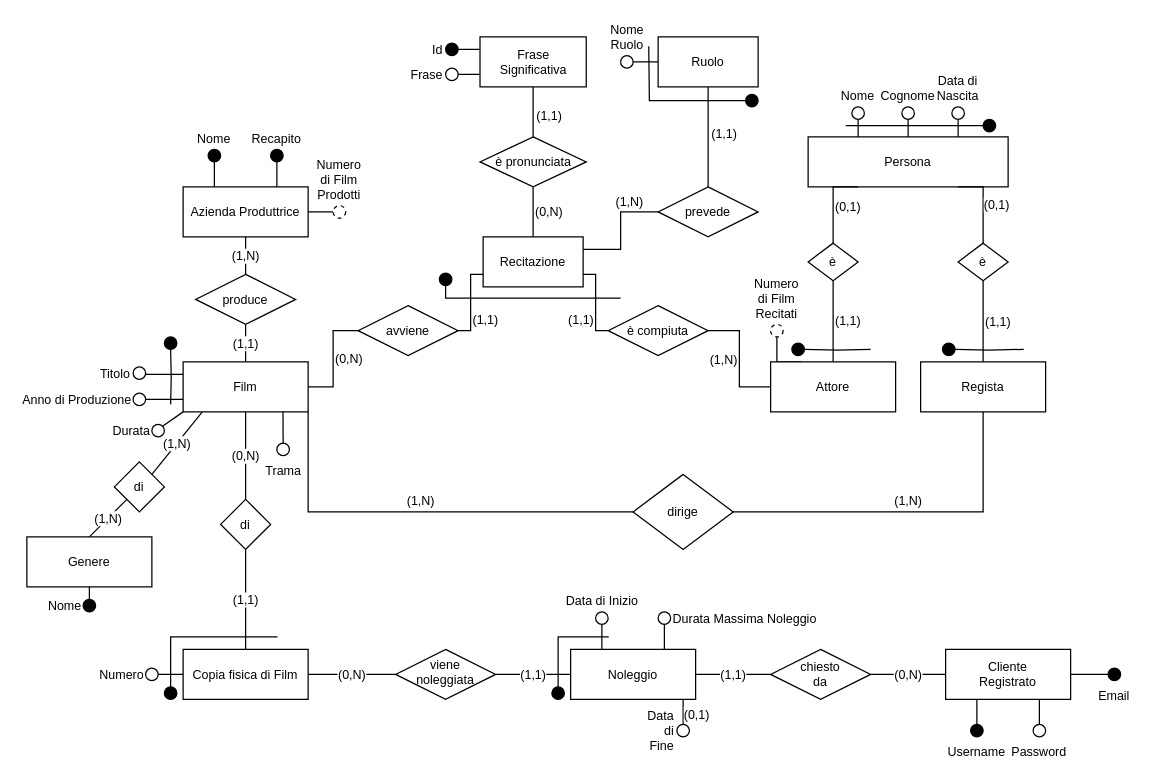
lazylace37/uni_basi_di_dati_lab keeps this draw.io diagram as page "ER-Ristrutturato" (3 of 3) of ER.drawio. Above is the earlier version. Source tidied: cells renumbered, new cells numbered last; positions are measured from the earlier drawing's top-left corner, leaving out a move shared by most shapes. Both pictures are drawn from the tidied source at 125%, with x=0, y=0 at pixel (26, 36).
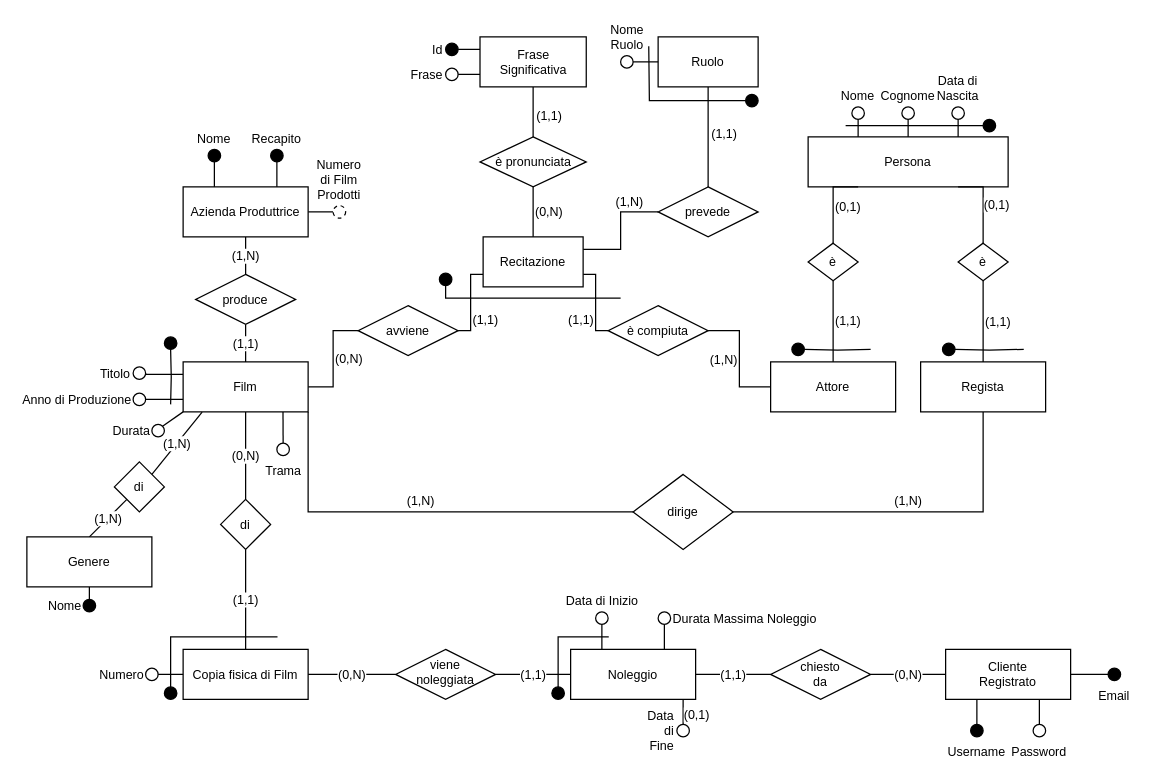
The same diagram, later.

The change refers to these unchanged cells:
```xml
<mxCell id="9" value="Attore" style="whiteSpace=wrap;html=1;align=center;fontSize=10;" parent="1" vertex="1">
  <mxGeometry x="595" y="260" width="100" height="40" as="geometry" />
</mxCell>
```

Diff of the diagram source:
```diff
@@
-    <mxCell id="8" style="edgeStyle=orthogonalEdgeStyle;rounded=0;jettySize=auto;html=1;exitX=0.25;exitY=0;exitDx=0;exitDy=0;entryX=0.5;entryY=1;entryDx=0;entryDy=0;endArrow=none;endFill=0;" parent="1" edge="1" source="9" target="116">
-      <mxGeometry relative="1" as="geometry" />
-    </mxCell>
@@
-    <mxCell id="116" value="Numero di Film Recitati" style="ellipse;whiteSpace=wrap;html=1;align=center;labelPosition=center;verticalLabelPosition=top;verticalAlign=bottom;fillColor=default;dashed=1;fontSize=10;" parent="1" vertex="1">
-      <mxGeometry x="595" y="230" width="10" height="10" as="geometry" />
-    </mxCell>
```
